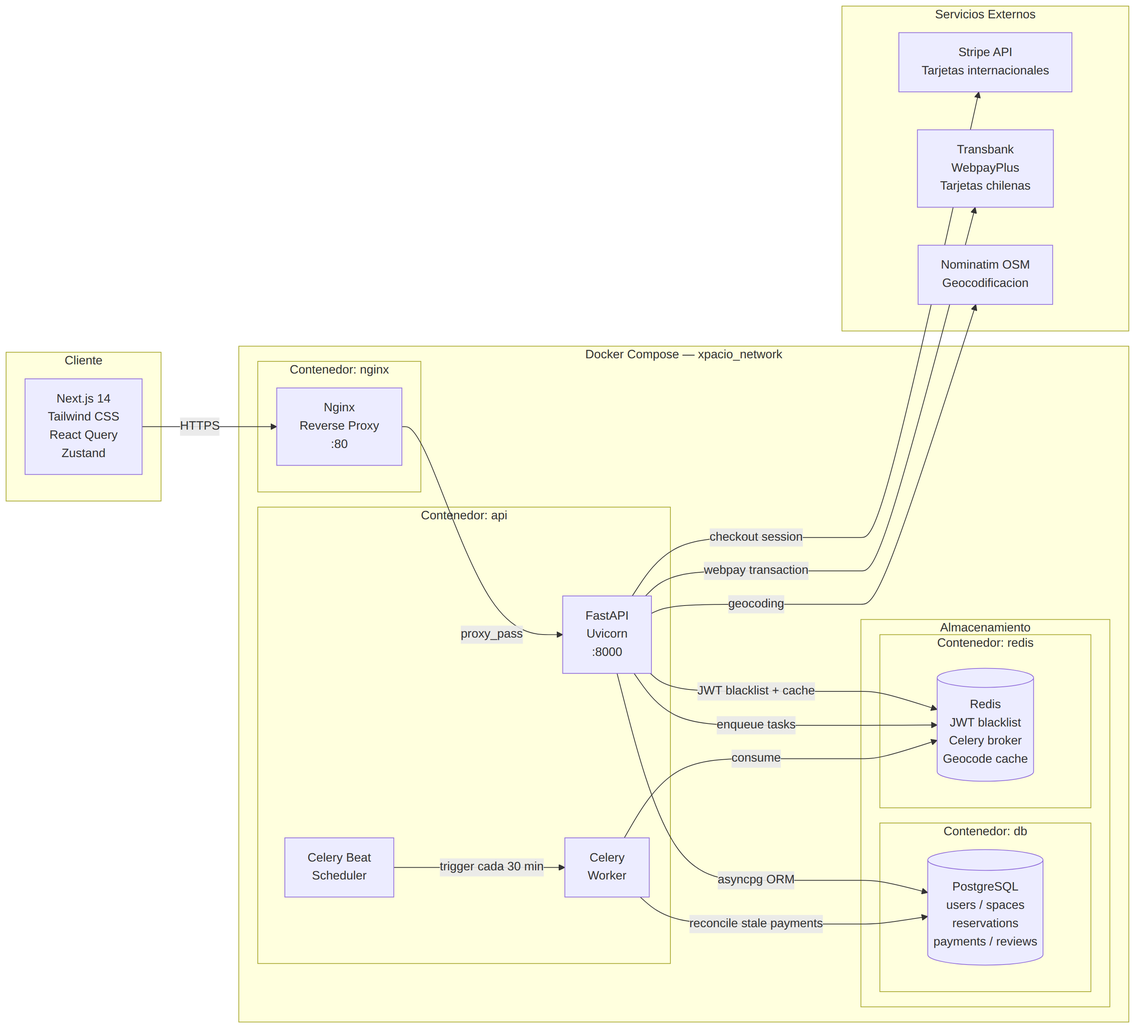
The Mermaid diagram docs/diagrams/arquitectura-general.png in PkAlvaro/xpacio-backend, before a commit. Its source is kept beside it as docs/diagrams/arquitectura-general.mmd.
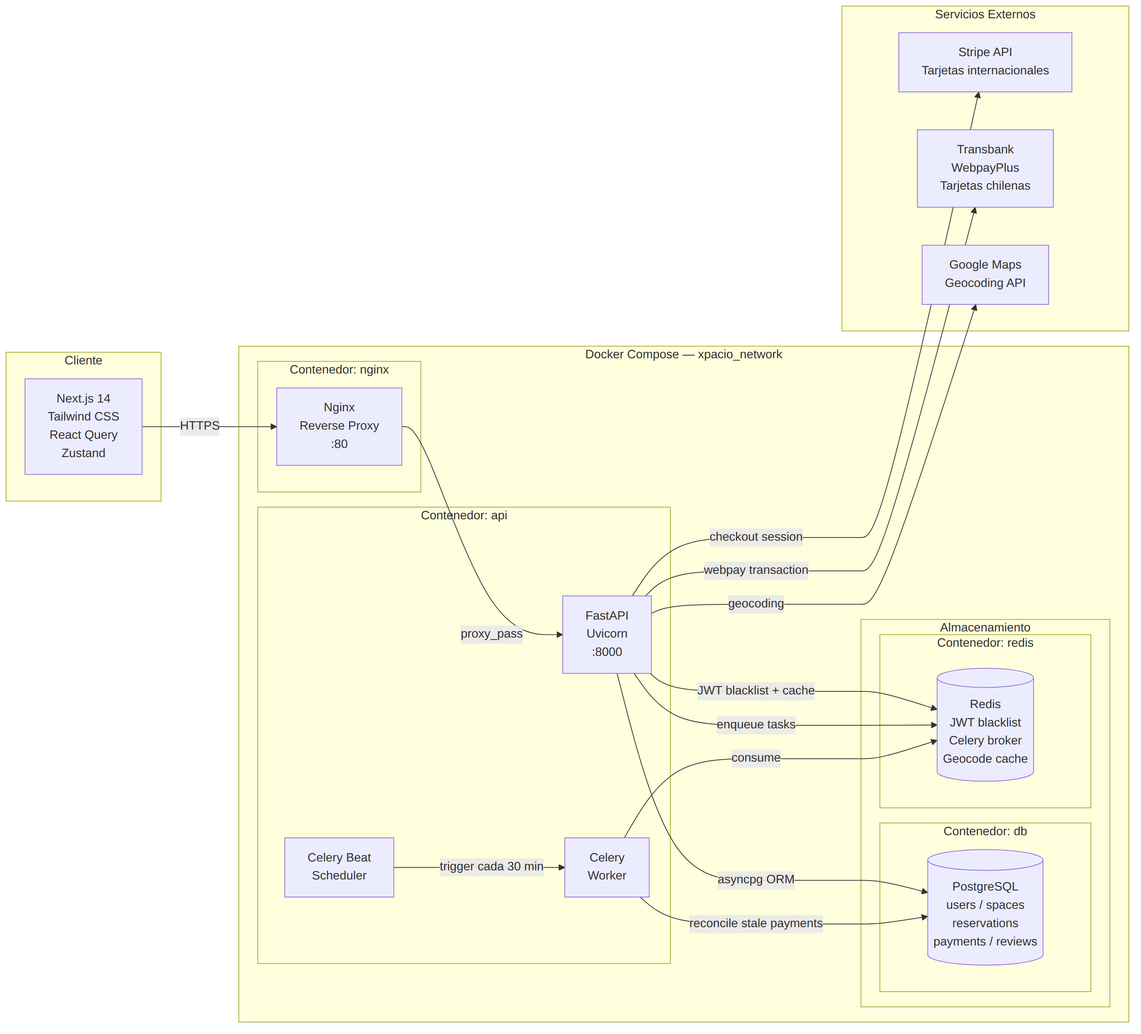
After the change.

Commit message:
docs: actualizar diagramas — Nominatim reemplazado por Google Maps

Change to the diagram source:
```diff
@@ -27,7 +27,7 @@
   subgraph EXTERNAL["Servicios Externos"]
     STRIPE["Stripe API\nTarjetas internacionales"]
     TRANSBANK["Transbank\nWebpayPlus\nTarjetas chilenas"]
-    NOMINATIM["Nominatim OSM\nGeocodificacion"]
+    GMAPS["Google Maps\nGeocoding API"]
   end
 
   FE -- "HTTPS" --> NGINX
@@ -36,7 +36,7 @@
   API -- "JWT blacklist + cache" --> REDIS
   API -- "checkout session" --> STRIPE
   API -- "webpay transaction" --> TRANSBANK
-  API -- "geocoding" --> NOMINATIM
+  API -- "geocoding" --> GMAPS
   API -- "enqueue tasks" --> REDIS
   BEAT -- "trigger cada 30 min" --> CELERY
   CELERY -- "consume" --> REDIS
```
